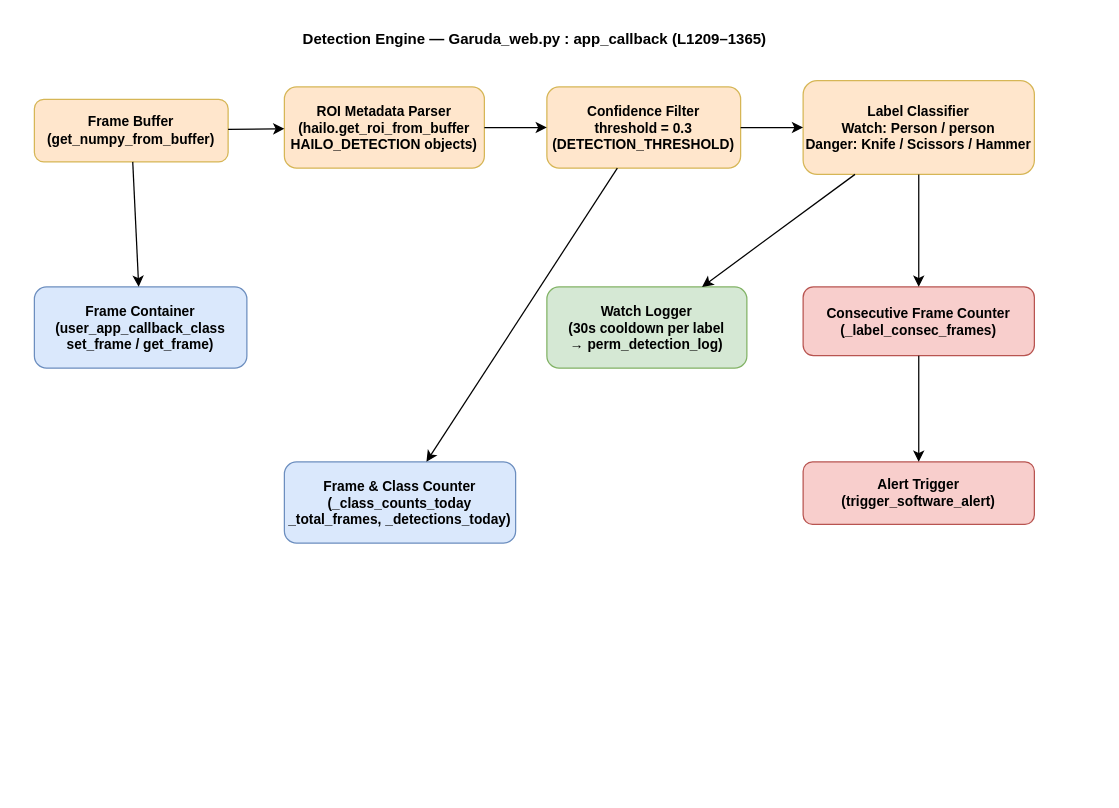
Earlier version of the draw.io diagram garuda_detection_engine.drawio (Manikanta25055/Garuda_26). Source tidied: cells renumbered, new cells numbered last; positions are measured from the earlier drawing's top-left corner, leaving out a move shared by most shapes. Both pictures are drawn from the tidied source at 125%, with x=0, y=0 at pixel (34, 21).
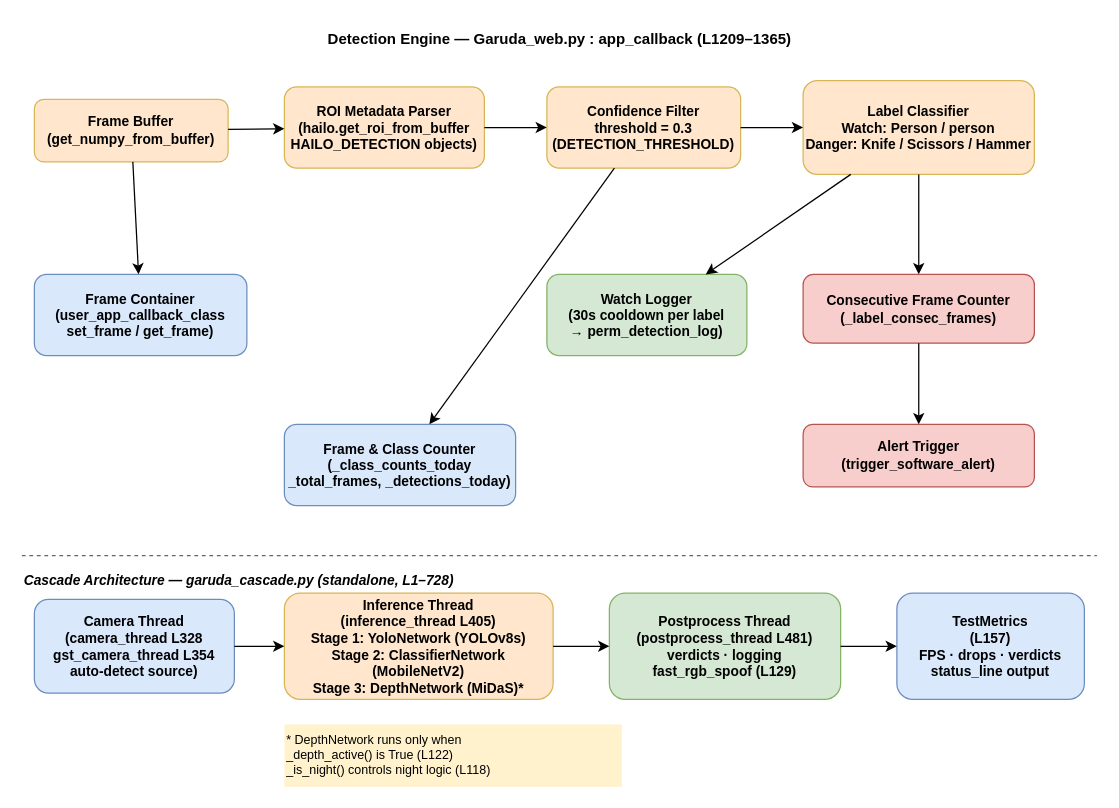
After the change.

Commit message (it also covers changes not shown here):
Update detection engine docs to include cascade architecture subsection

Adds garuda_cascade.py 3-stage pipeline (YOLOv8s → MobileNetV2 →
MiDaS depth) as a labelled subsection in both the drawio and txt.

What changed in the source:
```diff
@@
     <mxCell id="2" value="Detection Engine — Garuda_web.py : app_callback (L1209–1365)" style="text;html=1;align=center;strokeColor=none;fillColor=none;fontSize=12;fontStyle=1;" parent="1" vertex="1">
-      <mxGeometry x="50" width="700" height="22" as="geometry" />
+      <mxGeometry x="50" width="740" height="22" as="geometry" />
     </mxCell>
@@
     <mxCell id="10" value="Watch Logger&#10;(30s cooldown per label&#10;→ perm_detection_log)" style="rounded=1;whiteSpace=wrap;html=1;fillColor=#d5e8d4;strokeColor=#82b366;fontStyle=1;fontSize=11;" parent="1" vertex="1">
-      <mxGeometry x="410" y="212" width="160" height="65" as="geometry" />
+      <mxGeometry x="410" y="202" width="160" height="65" as="geometry" />
     </mxCell>
@@
     <mxCell id="12" value="Consecutive Frame Counter&#10;(_label_consec_frames)" style="rounded=1;whiteSpace=wrap;html=1;fillColor=#f8cecc;strokeColor=#b85450;fontStyle=1;fontSize=11;" parent="1" vertex="1">
-      <mxGeometry x="615" y="212" width="185" height="55" as="geometry" />
+      <mxGeometry x="615" y="202" width="185" height="55" as="geometry" />
     </mxCell>
@@
     <mxCell id="14" value="Alert Trigger&#10;(trigger_software_alert)" style="rounded=1;whiteSpace=wrap;html=1;fillColor=#f8cecc;strokeColor=#b85450;fontStyle=1;fontSize=11;" parent="1" vertex="1">
-      <mxGeometry x="615" y="352" width="185" height="50" as="geometry" />
+      <mxGeometry x="615" y="322" width="185" height="50" as="geometry" />
     </mxCell>
@@
     <mxCell id="16" value="Frame Container&#10;(user_app_callback_class&#10;set_frame / get_frame)" style="rounded=1;whiteSpace=wrap;html=1;fillColor=#dae8fc;strokeColor=#6c8ebf;fontStyle=1;fontSize=11;" parent="1" vertex="1">
-      <mxGeometry y="212" width="170" height="65" as="geometry" />
+      <mxGeometry y="202" width="170" height="65" as="geometry" />
     </mxCell>
@@
     <mxCell id="18" value="Frame &amp; Class Counter&#10;(_class_counts_today&#10;_total_frames, _detections_today)" style="rounded=1;whiteSpace=wrap;html=1;fillColor=#dae8fc;strokeColor=#6c8ebf;fontStyle=1;fontSize=11;" parent="1" vertex="1">
-      <mxGeometry x="200" y="352" width="185" height="65" as="geometry" />
+      <mxGeometry x="200" y="322" width="185" height="65" as="geometry" />
     </mxCell>
@@
+    <mxCell id="20" style="line;strokeColor=#666666;strokeWidth=1;dashed=1;" parent="1" vertex="1">
+      <mxGeometry x="-10" y="422" width="860" height="10" as="geometry" />
+    </mxCell>
+    <mxCell id="21" value="Cascade Architecture — garuda_cascade.py (standalone, L1–728)" style="text;html=1;align=left;strokeColor=none;fillColor=none;fontSize=11;fontStyle=3;" parent="1" vertex="1">
+      <mxGeometry x="-10" y="434" width="550" height="18" as="geometry" />
+    </mxCell>
+    <mxCell id="22" value="Camera Thread&#10;(camera_thread L328&#10;gst_camera_thread L354&#10;auto-detect source)" style="rounded=1;whiteSpace=wrap;html=1;fillColor=#dae8fc;strokeColor=#6c8ebf;fontStyle=1;fontSize=11;" parent="1" vertex="1">
+      <mxGeometry y="462" width="160" height="75" as="geometry" />
+    </mxCell>
+    <mxCell id="23" value="Inference Thread&#10;(inference_thread L405)&#10;Stage 1: YoloNetwork (YOLOv8s)&#10;Stage 2: ClassifierNetwork (MobileNetV2)&#10;Stage 3: DepthNetwork (MiDaS)*" style="rounded=1;whiteSpace=wrap;html=1;fillColor=#ffe6cc;strokeColor=#d6b656;fontStyle=1;fontSize=11;" parent="1" vertex="1">
+      <mxGeometry x="200" y="457" width="215" height="85" as="geometry" />
+    </mxCell>
+    <mxCell id="24" style="rounded=0;" parent="1" edge="1" source="22" target="23">
+      <mxGeometry relative="1" as="geometry" />
+    </mxCell>
+    <mxCell id="25" value="Postprocess Thread&#10;(postprocess_thread L481)&#10;verdicts · logging&#10;fast_rgb_spoof (L129)" style="rounded=1;whiteSpace=wrap;html=1;fillColor=#d5e8d4;strokeColor=#82b366;fontStyle=1;fontSize=11;" parent="1" vertex="1">
+      <mxGeometry x="460" y="457" width="185" height="85" as="geometry" />
+    </mxCell>
+    <mxCell id="26" style="rounded=0;" parent="1" edge="1" source="23" target="25">
+      <mxGeometry relative="1" as="geometry" />
+    </mxCell>
+    <mxCell id="27" value="TestMetrics&#10;(L157)&#10;FPS · drops · verdicts&#10;status_line output" style="rounded=1;whiteSpace=wrap;html=1;fillColor=#dae8fc;strokeColor=#6c8ebf;fontStyle=1;fontSize=11;" parent="1" vertex="1">
+      <mxGeometry x="690" y="457" width="150" height="85" as="geometry" />
+    </mxCell>
+    <mxCell id="28" style="rounded=0;" parent="1" edge="1" source="25" target="27">
+      <mxGeometry relative="1" as="geometry" />
+    </mxCell>
+    <mxCell id="29" value="* DepthNetwork runs only when&#10;_depth_active() is True (L122)&#10;_is_night() controls night logic (L118)" style="text;html=1;strokeColor=none;fillColor=#fff2cc;fontSize=10;align=left;" parent="1" vertex="1">
+      <mxGeometry x="200" y="562" width="270" height="50" as="geometry" />
+    </mxCell>
```
